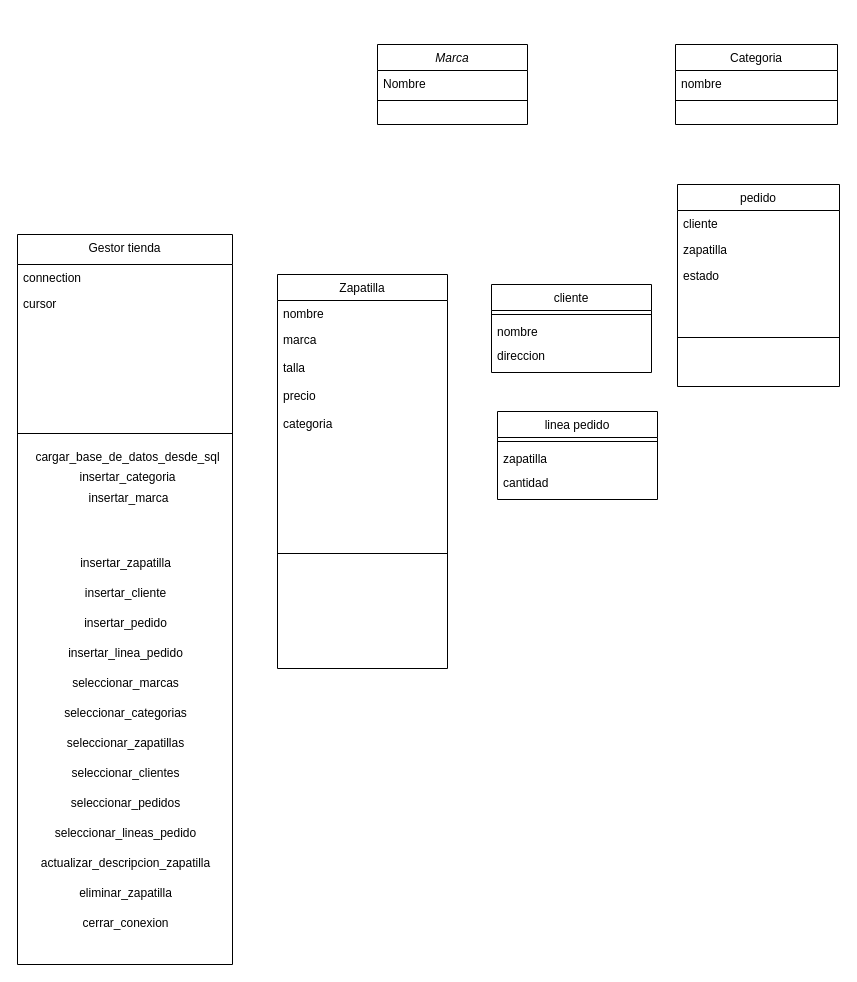
Above: tienda.drawio in ISPCEntregas/ISPC-2023-PROYECTOINTEG (draw.io), before the change. Source tidied: cells renumbered, new cells numbered last; positions are measured from the earlier drawing's top-left corner, leaving out a move shared by most shapes. Both pictures are drawn from the tidied source at 100%, with x=0, y=0 at pixel (17, 44).
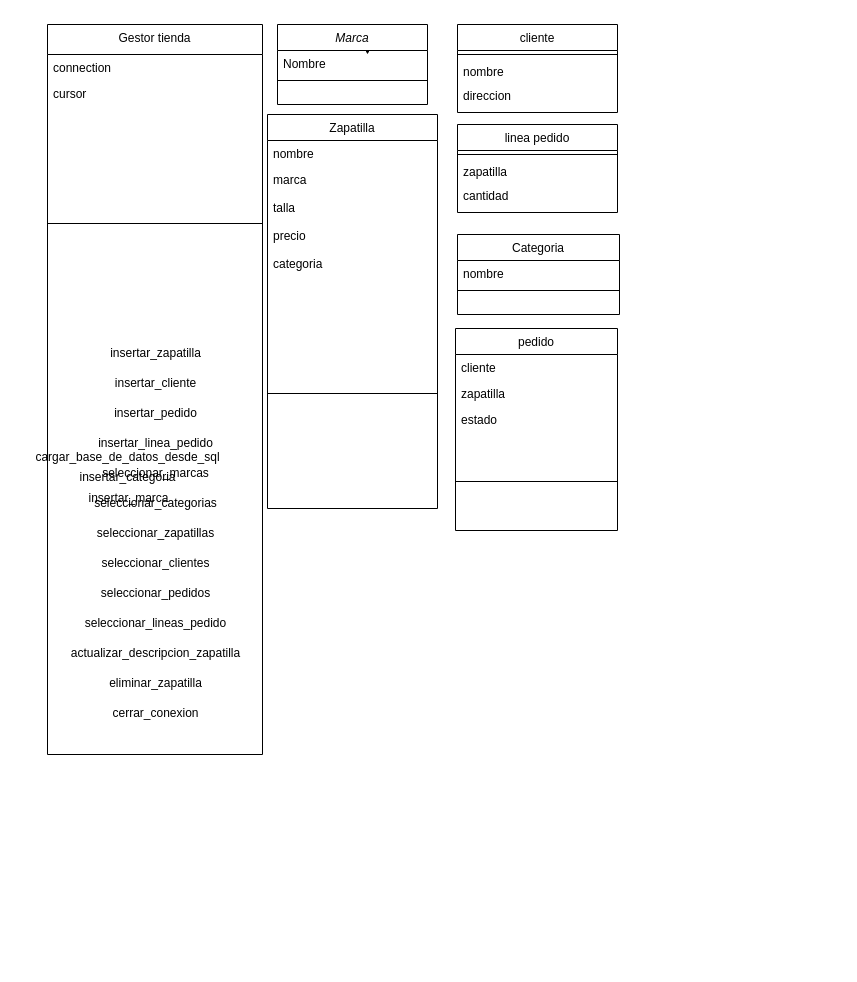
The same page after the edit.

What changed in the source:
```diff
@@
+    <mxCell id="48" style="edgeStyle=orthogonalEdgeStyle;rounded=0;jettySize=auto;html=1;exitX=0.75;exitY=0;exitDx=0;exitDy=0;" parent="1" edge="1" source="2">
+      <mxGeometry relative="1" as="geometry">
+        <mxPoint x="350" y="10" as="targetPoint" />
+      </mxGeometry>
+    </mxCell>
     <mxCell id="2" value="Marca" style="swimlane;fontStyle=2;align=center;verticalAlign=top;horizontal=1;startSize=26;rounded=0;shadow=0;strokeWidth=1;" parent="1" vertex="1">
-      <mxGeometry x="360" width="150" height="80" as="geometry" />
+      <mxGeometry x="260" y="-20" width="150" height="80" as="geometry" />
     </mxCell>
@@
     <mxCell id="5" value="Zapatilla" style="swimlane;fontStyle=0;align=center;verticalAlign=top;horizontal=1;startSize=26;rounded=0;shadow=0;strokeWidth=1;" parent="1" vertex="1">
-      <mxGeometry x="260" y="230" width="170" height="394" as="geometry" />
+      <mxGeometry x="250" y="70" width="170" height="394" as="geometry" />
     </mxCell>
@@
     <mxCell id="12" value="cliente" style="swimlane;fontStyle=0;align=center;verticalAlign=top;horizontal=1;startSize=26;rounded=0;shadow=0;strokeWidth=1;" parent="1" vertex="1">
-      <mxGeometry x="474" y="240" width="160" height="88" as="geometry" />
+      <mxGeometry x="440" y="-20" width="160" height="88" as="geometry" />
     </mxCell>
@@
     <mxCell id="16" value="pedido" style="swimlane;fontStyle=0;align=center;verticalAlign=top;horizontal=1;startSize=26;rounded=0;shadow=0;strokeWidth=1;" parent="1" vertex="1">
-      <mxGeometry x="660" y="140" width="162" height="202" as="geometry" />
+      <mxGeometry x="438" y="284" width="162" height="202" as="geometry" />
     </mxCell>
@@
     <mxCell id="21" value="Categoria" style="swimlane;fontStyle=0;align=center;verticalAlign=top;horizontal=1;startSize=26;rounded=0;shadow=0;strokeWidth=1;" parent="1" vertex="1">
-      <mxGeometry x="658" width="162" height="80" as="geometry" />
+      <mxGeometry x="440" y="190" width="162" height="80" as="geometry" />
     </mxCell>
@@
     <mxCell id="24" value="linea pedido" style="swimlane;fontStyle=0;align=center;verticalAlign=top;horizontal=1;startSize=26;rounded=0;shadow=0;strokeWidth=1;" parent="1" vertex="1">
-      <mxGeometry x="480" y="367" width="160" height="88" as="geometry" />
+      <mxGeometry x="440" y="80" width="160" height="88" as="geometry" />
     </mxCell>
@@
     <mxCell id="28" value="Gestor tienda" style="swimlane;fontStyle=0;align=center;verticalAlign=top;horizontal=1;startSize=30;rounded=0;shadow=0;strokeWidth=1;" parent="1" vertex="1">
-      <mxGeometry y="190" width="215" height="730" as="geometry" />
+      <mxGeometry x="30" y="-20" width="215" height="730" as="geometry" />
     </mxCell>
```
